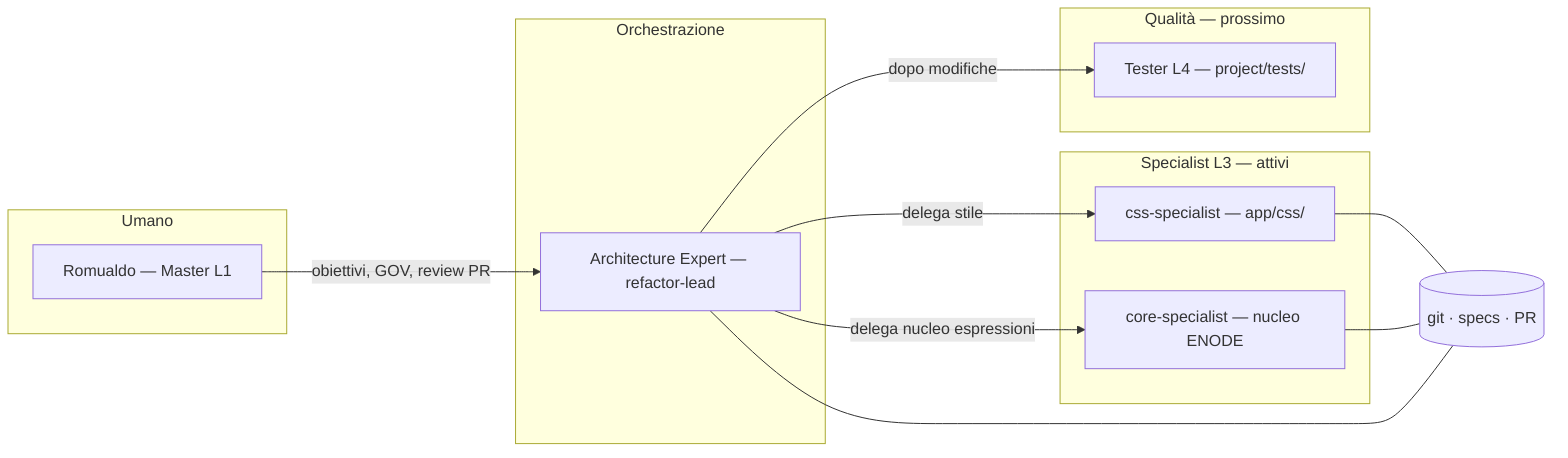
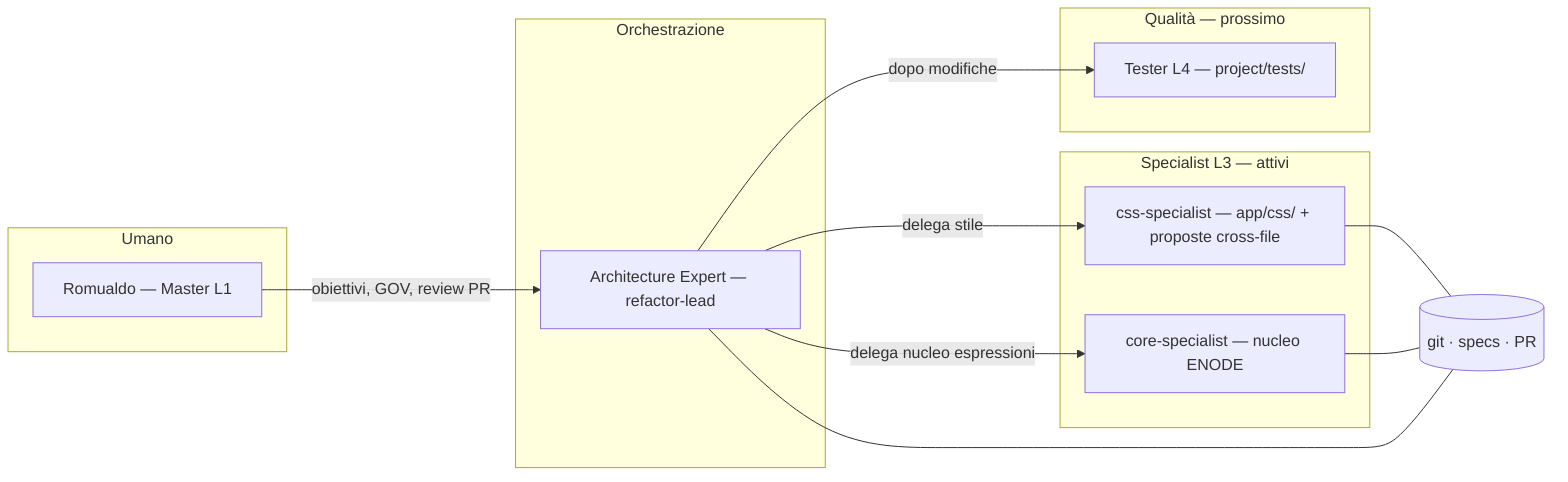
flowchart LR
  subgraph umano [Umano]
    R["Romualdo — Master L1"]
  end

  subgraph orchestrazione [Orchestrazione]
    AR["Architecture Expert — refactor-lead"]
  end

  subgraph specialisti [Specialist L3 — attivi]
-     CSS["css-specialist — app/css/"]
+     CSS["css-specialist — app/css/ + proposte cross-file"]
    CORE["core-specialist — nucleo ENODE"]
  end

  subgraph qualita [Qualità — prossimo]
    T["Tester L4 — project/tests/"]
  end

  R -->|"obiettivi, GOV, review PR"| AR
  AR -->|"delega stile"| CSS
  AR -->|"delega nucleo espressioni"| CORE
  AR -->|"dopo modifiche"| T
  CSS --- Git[("git · specs · PR")]
  CORE --- Git
  AR --- Git
